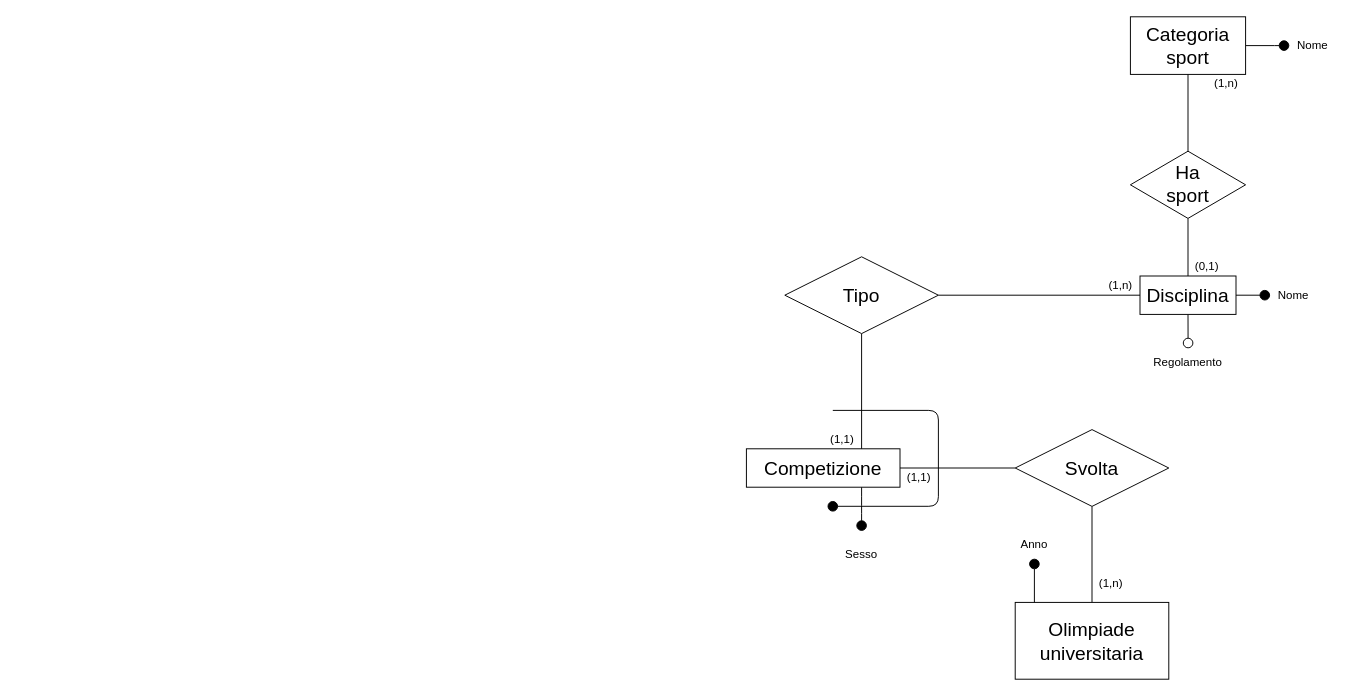
Above: Olimpiadi studentesche.drawio in giovannivelludo/database-project (draw.io), before the change. Source tidied: cells renumbered, new cells numbered last; positions are measured from the earlier drawing's top-left corner, leaving out a move shared by most shapes. Both pictures are drawn from the tidied source at 96%, with x=0, y=0 at pixel (746, 16).
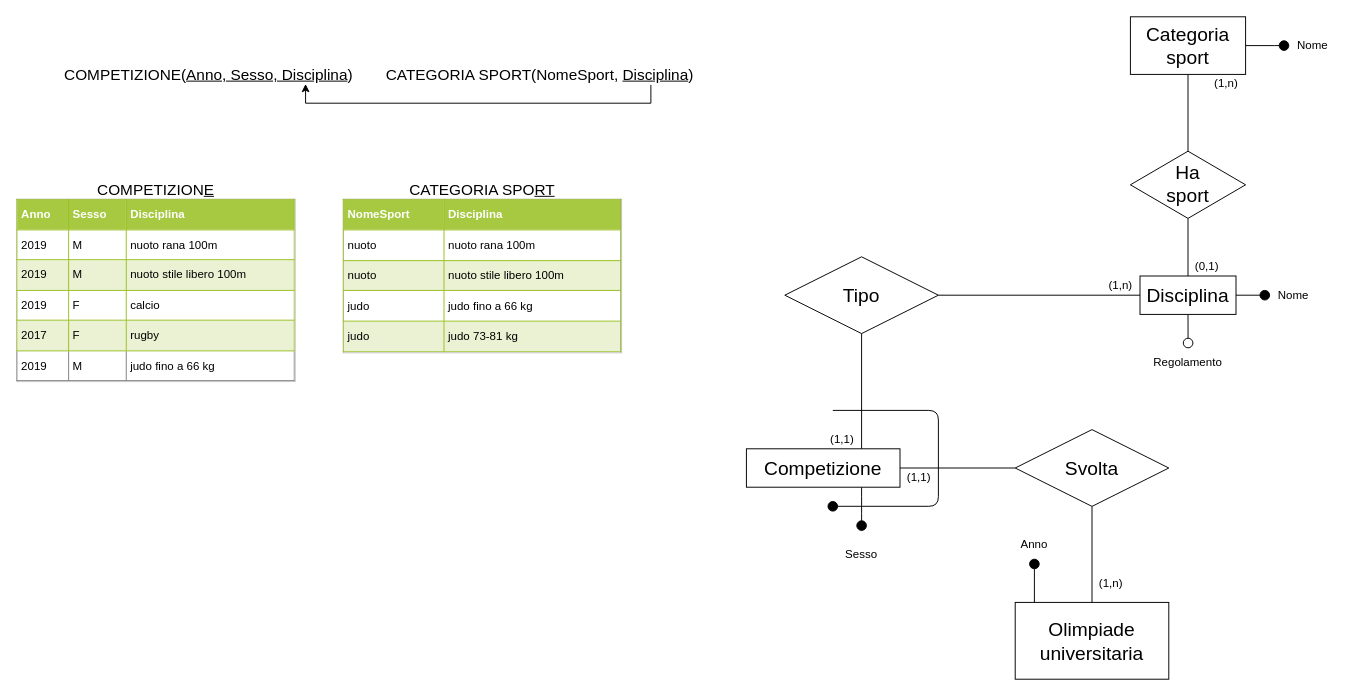
The same diagram, later.

Commit message:
aggiunto schema logico ed esempio di tabelle

Diff of the diagram source:
```diff
@@
+    <mxCell id="32" value="&lt;div style=&quot;font-size: 16px&quot;&gt;&lt;font style=&quot;font-size: 16px&quot;&gt;COMPETIZIONE(&lt;u&gt;Anno, Sesso, Disciplina&lt;/u&gt;)&lt;/font&gt;&lt;/div&gt;" style="text;html=1;strokeColor=none;fillColor=none;align=center;verticalAlign=middle;whiteSpace=wrap;rounded=0;" parent="1" vertex="1">
+      <mxGeometry x="-720" y="50" width="320" height="20" as="geometry" />
+    </mxCell>
+    <mxCell id="33" style="edgeStyle=orthogonalEdgeStyle;rounded=0;jettySize=auto;html=1;exitX=0.83;exitY=1.049;exitDx=0;exitDy=0;entryX=0.815;entryY=1;entryDx=0;entryDy=0;entryPerimeter=0;exitPerimeter=0;" parent="1" edge="1" source="34" target="32">
+      <mxGeometry relative="1" as="geometry">
+        <Array as="points">
+          <mxPoint x="-100" y="90" />
+          <mxPoint x="-459" y="90" />
+        </Array>
+      </mxGeometry>
+    </mxCell>
+    <mxCell id="34" value="&lt;div style=&quot;font-size: 16px&quot;&gt;&lt;font style=&quot;font-size: 16px&quot;&gt;CATEGORIA SPORT(NomeSport, &lt;u&gt;Disciplina&lt;/u&gt;)&lt;/font&gt;&lt;/div&gt;" style="text;html=1;strokeColor=none;fillColor=none;align=center;verticalAlign=middle;whiteSpace=wrap;rounded=0;" parent="1" vertex="1">
+      <mxGeometry x="-390" y="50" width="350" height="20" as="geometry" />
+    </mxCell>
+    <mxCell id="35" value="&lt;table style=&quot;width: 100% ; height: 100% ; border-collapse: collapse&quot; width=&quot;100%&quot; cellpadding=&quot;4&quot; border=&quot;1&quot;&gt;&lt;tbody&gt;&lt;tr style=&quot;background-color: #a7c942 ; color: #ffffff ; border: 1px solid #98bf21&quot;&gt;&lt;th align=&quot;left&quot;&gt;Anno&lt;/th&gt;&lt;th align=&quot;left&quot;&gt;Sesso&lt;br&gt;&lt;/th&gt;&lt;th align=&quot;left&quot;&gt;Disciplina&lt;br&gt;&lt;/th&gt;&lt;/tr&gt;&lt;tr style=&quot;border: 1px solid #98bf21&quot;&gt;&lt;td&gt;2019&lt;br&gt;&lt;/td&gt;&lt;td&gt;M&lt;br&gt;&lt;/td&gt;&lt;td&gt;nuoto rana 100m&lt;br&gt;&lt;/td&gt;&lt;/tr&gt;&lt;tr style=&quot;background-color: #eaf2d3 ; border: 1px solid #98bf21&quot;&gt;&lt;td&gt;2019&lt;br&gt;&lt;/td&gt;&lt;td&gt;M&lt;/td&gt;&lt;td&gt;nuoto stile libero 100m&lt;br&gt;&lt;/td&gt;&lt;/tr&gt;&lt;tr style=&quot;border: 1px solid #98bf21&quot;&gt;&lt;td&gt;2019&lt;br&gt;&lt;/td&gt;&lt;td&gt;F&lt;/td&gt;&lt;td&gt;calcio&lt;br&gt;&lt;/td&gt;&lt;/tr&gt;&lt;tr style=&quot;background-color: #eaf2d3 ; border: 1px solid #98bf21&quot;&gt;&lt;td&gt;2017&lt;br&gt;&lt;/td&gt;&lt;td&gt;F&lt;br&gt;&lt;/td&gt;&lt;td&gt;rugby&lt;/td&gt;&lt;/tr&gt;&lt;tr&gt;&lt;td&gt;2019&lt;br&gt;&lt;/td&gt;&lt;td&gt;M&lt;br&gt;&lt;/td&gt;&lt;td&gt;judo fino a 66 kg&lt;br&gt;&lt;/td&gt;&lt;/tr&gt;&lt;/tbody&gt;&lt;/table&gt;" style="text;html=1;strokeColor=#c0c0c0;fillColor=#ffffff;overflow=fill;rounded=0;" parent="1" vertex="1">
+      <mxGeometry x="-760" y="190" width="290" height="190" as="geometry" />
+    </mxCell>
+    <mxCell id="36" value="&lt;div style=&quot;font-size: 16px&quot;&gt;&lt;font style=&quot;font-size: 16px&quot;&gt;COMPETIZION&lt;u&gt;E&lt;br&gt;&lt;/u&gt;&lt;/font&gt;&lt;/div&gt;" style="text;html=1;strokeColor=none;fillColor=none;align=center;verticalAlign=middle;whiteSpace=wrap;rounded=0;" parent="1" vertex="1">
+      <mxGeometry x="-760" y="170" width="290" height="20" as="geometry" />
+    </mxCell>
+    <mxCell id="37" value="&lt;table style=&quot;width: 100% ; height: 100% ; border-collapse: collapse&quot; width=&quot;100%&quot; cellpadding=&quot;4&quot; border=&quot;1&quot;&gt;&lt;tbody&gt;&lt;tr style=&quot;background-color: #a7c942 ; color: #ffffff ; border: 1px solid #98bf21&quot;&gt;&lt;th align=&quot;left&quot;&gt;NomeSport&lt;br&gt;&lt;/th&gt;&lt;th align=&quot;left&quot;&gt;Disciplina&lt;br&gt;&lt;/th&gt;&lt;/tr&gt;&lt;tr style=&quot;border: 1px solid #98bf21&quot;&gt;&lt;td&gt;nuoto&lt;br&gt;&lt;/td&gt;&lt;td&gt;nuoto rana 100m&lt;br&gt;&lt;/td&gt;&lt;/tr&gt;&lt;tr style=&quot;background-color: #eaf2d3 ; border: 1px solid #98bf21&quot;&gt;&lt;td&gt;nuoto&lt;br&gt;&lt;/td&gt;&lt;td&gt;nuoto stile libero 100m&lt;br&gt;&lt;/td&gt;&lt;/tr&gt;&lt;tr style=&quot;border: 1px solid #98bf21&quot;&gt;&lt;td&gt;judo&lt;br&gt;&lt;/td&gt;&lt;td&gt;judo fino a 66 kg&lt;br&gt;&lt;/td&gt;&lt;/tr&gt;&lt;tr style=&quot;background-color: #eaf2d3 ; border: 1px solid #98bf21&quot;&gt;&lt;td&gt;judo&lt;br&gt;&lt;/td&gt;&lt;td&gt;judo 73-81 kg&lt;br&gt;&lt;/td&gt;&lt;/tr&gt;&lt;/tbody&gt;&lt;/table&gt;" style="text;html=1;strokeColor=#c0c0c0;fillColor=#ffffff;overflow=fill;rounded=0;" parent="1" vertex="1">
+      <mxGeometry x="-420" y="190" width="290" height="160" as="geometry" />
+    </mxCell>
+    <mxCell id="38" value="&lt;div style=&quot;font-size: 16px&quot;&gt;&lt;font style=&quot;font-size: 16px&quot;&gt;CATEGORIA SPO&lt;u&gt;RT&lt;/u&gt;&lt;/font&gt;&lt;/div&gt;" style="text;html=1;strokeColor=none;fillColor=none;align=center;verticalAlign=middle;whiteSpace=wrap;rounded=0;" parent="1" vertex="1">
+      <mxGeometry x="-420" y="170" width="290" height="20" as="geometry" />
+    </mxCell>
```
